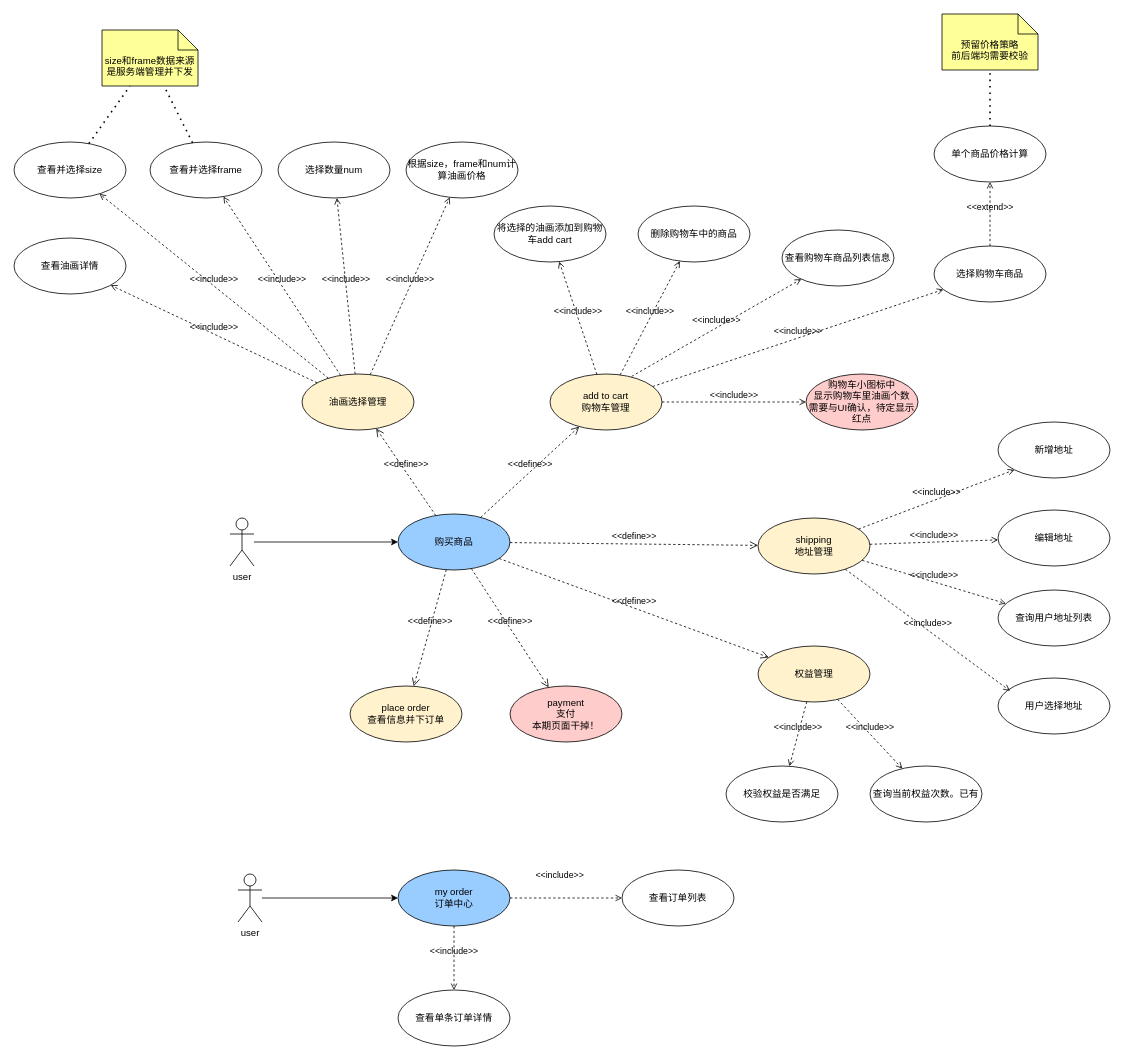
Above: aigc订单系统用例图.drawio in milletzhu/datasource (draw.io), before the change. Source tidied: cells renumbered, new cells numbered last; positions are measured from the earlier drawing's top-left corner, leaving out a move shared by most shapes. Both pictures are drawn from the tidied source at 80%, with x=0, y=0 at pixel (14, 14).
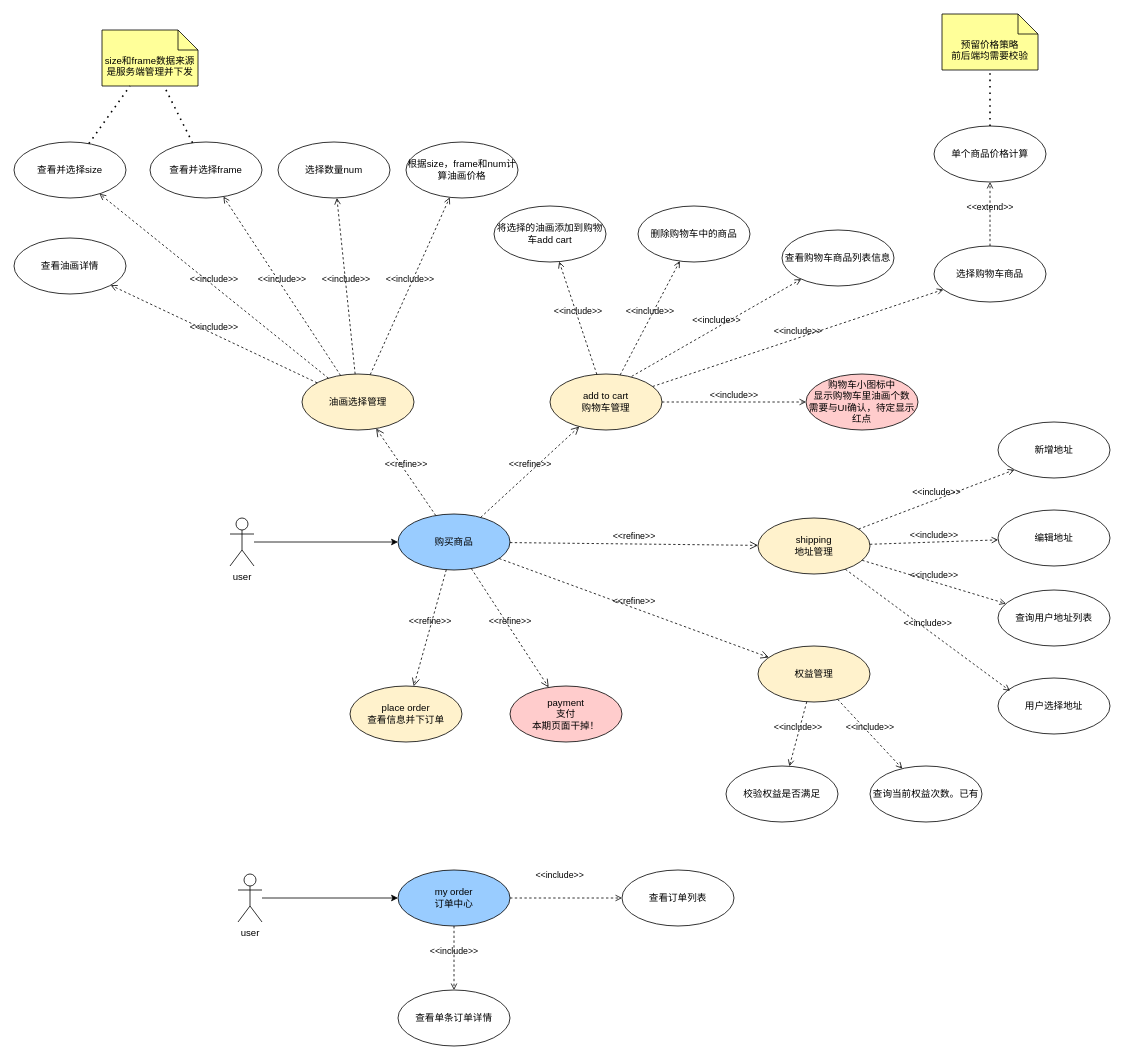
Above is the later version.

Commit message:
更新aigc订单系统用例图.drawio

Unchanged cells that the change refers to:
```xml
<mxCell id="4" value="购买商品" style="ellipse;whiteSpace=wrap;html=1;fillColor=#99CCFF;" parent="1" vertex="1">
  <mxGeometry x="480" y="625" width="140" height="70" as="geometry" />
</mxCell>
<mxCell id="5" value="油画选择管理" style="ellipse;whiteSpace=wrap;html=1;fillColor=#FFF2CC;" parent="1" vertex="1">
  <mxGeometry x="360" y="450" width="140" height="70" as="geometry" />
</mxCell>
<mxCell id="6" value="add to cart&lt;br&gt;购物车管理" style="ellipse;whiteSpace=wrap;html=1;fillColor=#FFF2CC;" parent="1" vertex="1">
  <mxGeometry x="670" y="450" width="140" height="70" as="geometry" />
</mxCell>
<mxCell id="7" value="shipping&lt;br&gt;地址管理" style="ellipse;whiteSpace=wrap;html=1;fillColor=#FFF2CC;" parent="1" vertex="1">
  <mxGeometry x="930" y="630" width="140" height="70" as="geometry" />
</mxCell>
<mxCell id="8" value="place order&lt;br&gt;查看信息并下订单" style="ellipse;whiteSpace=wrap;html=1;fillColor=#FFF2CC;" parent="1" vertex="1">
  <mxGeometry x="420" y="840" width="140" height="70" as="geometry" />
</mxCell>
<mxCell id="9" value="权益管理" style="ellipse;whiteSpace=wrap;html=1;fillColor=#FFF2CC;" parent="1" vertex="1">
  <mxGeometry x="930" y="790" width="140" height="70" as="geometry" />
</mxCell>
<mxCell id="11" value="payment&lt;br&gt;支付&lt;br&gt;本期页面干掉！" style="ellipse;whiteSpace=wrap;html=1;fillColor=#FFCCCC;" parent="1" vertex="1">
  <mxGeometry x="620" y="840" width="140" height="70" as="geometry" />
</mxCell>
```

The edit, as a diff of the source:
```diff
@@
-    <mxCell id="57" value="&amp;lt;&amp;lt;define&amp;gt;&amp;gt;" style="endArrow=open;startArrow=none;endFill=0;startFill=0;endSize=8;html=1;verticalAlign=bottom;dashed=1;labelBackgroundColor=none;rounded=0;" parent="1" edge="1" source="4" target="5">
+    <mxCell id="57" value="&amp;lt;&amp;lt;refine&amp;gt;&amp;gt;" style="endArrow=open;startArrow=none;endFill=0;startFill=0;endSize=8;html=1;verticalAlign=bottom;dashed=1;labelBackgroundColor=none;rounded=0;" parent="1" edge="1" source="4" target="5">
       <mxGeometry relative="1" as="geometry" />
     </mxCell>
-    <mxCell id="58" value="&amp;lt;&amp;lt;define&amp;gt;&amp;gt;" style="endArrow=open;startArrow=none;endFill=0;startFill=0;endSize=8;html=1;verticalAlign=bottom;dashed=1;labelBackgroundColor=none;rounded=0;" parent="1" edge="1" source="4" target="6">
+    <mxCell id="58" value="&amp;lt;&amp;lt;refine&amp;gt;&amp;gt;" style="endArrow=open;startArrow=none;endFill=0;startFill=0;endSize=8;html=1;verticalAlign=bottom;dashed=1;labelBackgroundColor=none;rounded=0;" parent="1" edge="1" source="4" target="6">
       <mxGeometry relative="1" as="geometry" />
     </mxCell>
-    <mxCell id="59" value="&amp;lt;&amp;lt;define&amp;gt;&amp;gt;" style="endArrow=open;startArrow=none;endFill=0;startFill=0;endSize=8;html=1;verticalAlign=bottom;dashed=1;labelBackgroundColor=none;rounded=0;" parent="1" edge="1" source="4" target="7">
+    <mxCell id="59" value="&amp;lt;&amp;lt;refine&amp;gt;&amp;gt;" style="endArrow=open;startArrow=none;endFill=0;startFill=0;endSize=8;html=1;verticalAlign=bottom;dashed=1;labelBackgroundColor=none;rounded=0;" parent="1" edge="1" source="4" target="7">
       <mxGeometry relative="1" as="geometry" />
     </mxCell>
-    <mxCell id="60" value="&amp;lt;&amp;lt;define&amp;gt;&amp;gt;" style="endArrow=open;startArrow=none;endFill=0;startFill=0;endSize=8;html=1;verticalAlign=bottom;dashed=1;labelBackgroundColor=none;rounded=0;" parent="1" edge="1" source="4" target="9">
+    <mxCell id="60" value="&amp;lt;&amp;lt;refine&amp;gt;&amp;gt;" style="endArrow=open;startArrow=none;endFill=0;startFill=0;endSize=8;html=1;verticalAlign=bottom;dashed=1;labelBackgroundColor=none;rounded=0;" parent="1" edge="1" source="4" target="9">
       <mxGeometry relative="1" as="geometry" />
     </mxCell>
-    <mxCell id="61" value="&amp;lt;&amp;lt;define&amp;gt;&amp;gt;" style="endArrow=open;startArrow=none;endFill=0;startFill=0;endSize=8;html=1;verticalAlign=bottom;dashed=1;labelBackgroundColor=none;rounded=0;" parent="1" edge="1" source="4" target="11">
+    <mxCell id="61" value="&amp;lt;&amp;lt;refine&amp;gt;&amp;gt;" style="endArrow=open;startArrow=none;endFill=0;startFill=0;endSize=8;html=1;verticalAlign=bottom;dashed=1;labelBackgroundColor=none;rounded=0;" parent="1" edge="1" source="4" target="11">
       <mxGeometry relative="1" as="geometry" />
     </mxCell>
-    <mxCell id="62" value="&amp;lt;&amp;lt;define&amp;gt;&amp;gt;" style="endArrow=open;startArrow=none;endFill=0;startFill=0;endSize=8;html=1;verticalAlign=bottom;dashed=1;labelBackgroundColor=none;rounded=0;" parent="1" edge="1" source="4" target="8">
-      <mxGeometry relative="1" as="geometry" />
+    <mxCell id="62" value="&amp;lt;&amp;lt;refine&amp;gt;&amp;gt;" style="endArrow=open;startArrow=none;endFill=0;startFill=0;endSize=8;html=1;verticalAlign=bottom;dashed=1;labelBackgroundColor=none;rounded=0;" parent="1" edge="1" source="4" target="8">
+      <mxGeometry x="0.01" relative="1" as="geometry" />
     </mxCell>
```
